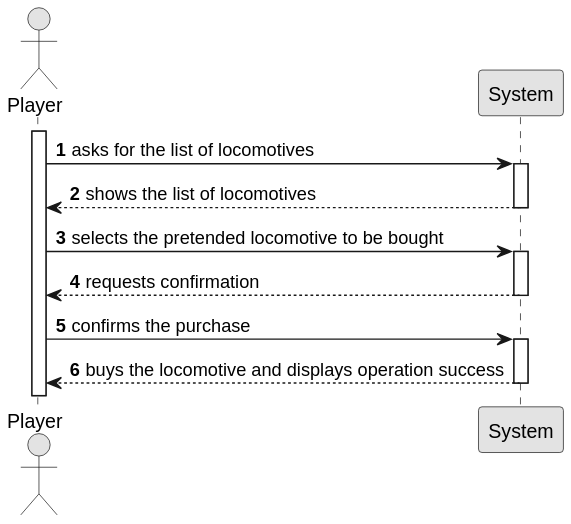
This is Sprint2/US009/01.requirements-engineering/svg/US009-SSD.svg from 1240935/pi2-railway-simulator, a PlantUML export, as it was before one commit. The source it was exported from:
```plantuml
@startuml
skinparam monochrome true
skinparam packageStyle rectangle
skinparam shadowing false

autonumber

actor "Player" as Employee
participant "System" as System

activate Employee

    Employee -> System : asks for the list of locomotives
    activate System

        System --> Employee : shows the list of locomotives
    deactivate System

    Employee -> System : selects the pretended locomotive to be bought
    activate System

        System --> Employee : requests confirmation
    deactivate System

    Employee -> System : confirms the purchase
    activate System

        System --> Employee : buys the locomotive and displays operation success
    deactivate System
@enduml
```
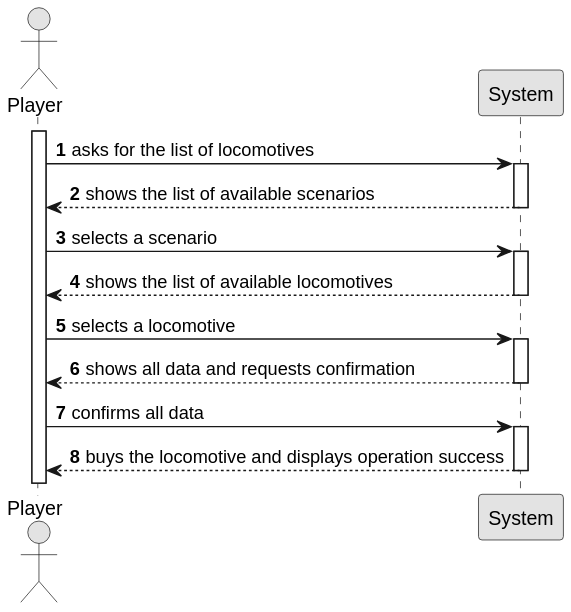
The same diagram one commit later.

What changed in the source:
```diff
@@ -13,16 +13,22 @@
     Employee -> System : asks for the list of locomotives
     activate System
 
-        System --> Employee : shows the list of locomotives
+        System --> Employee : shows the list of available scenarios
     deactivate System
 
-    Employee -> System : selects the pretended locomotive to be bought
+    Employee -> System : selects a scenario
     activate System
 
-        System --> Employee : requests confirmation
+    System --> Employee : shows the list of available locomotives
     deactivate System
 
-    Employee -> System : confirms the purchase
+    Employee -> System : selects a locomotive
+    activate System
+
+    System --> Employee : shows all data and requests confirmation
+    deactivate System
+
+    Employee -> System : confirms all data
     activate System
 
         System --> Employee : buys the locomotive and displays operation success
```
